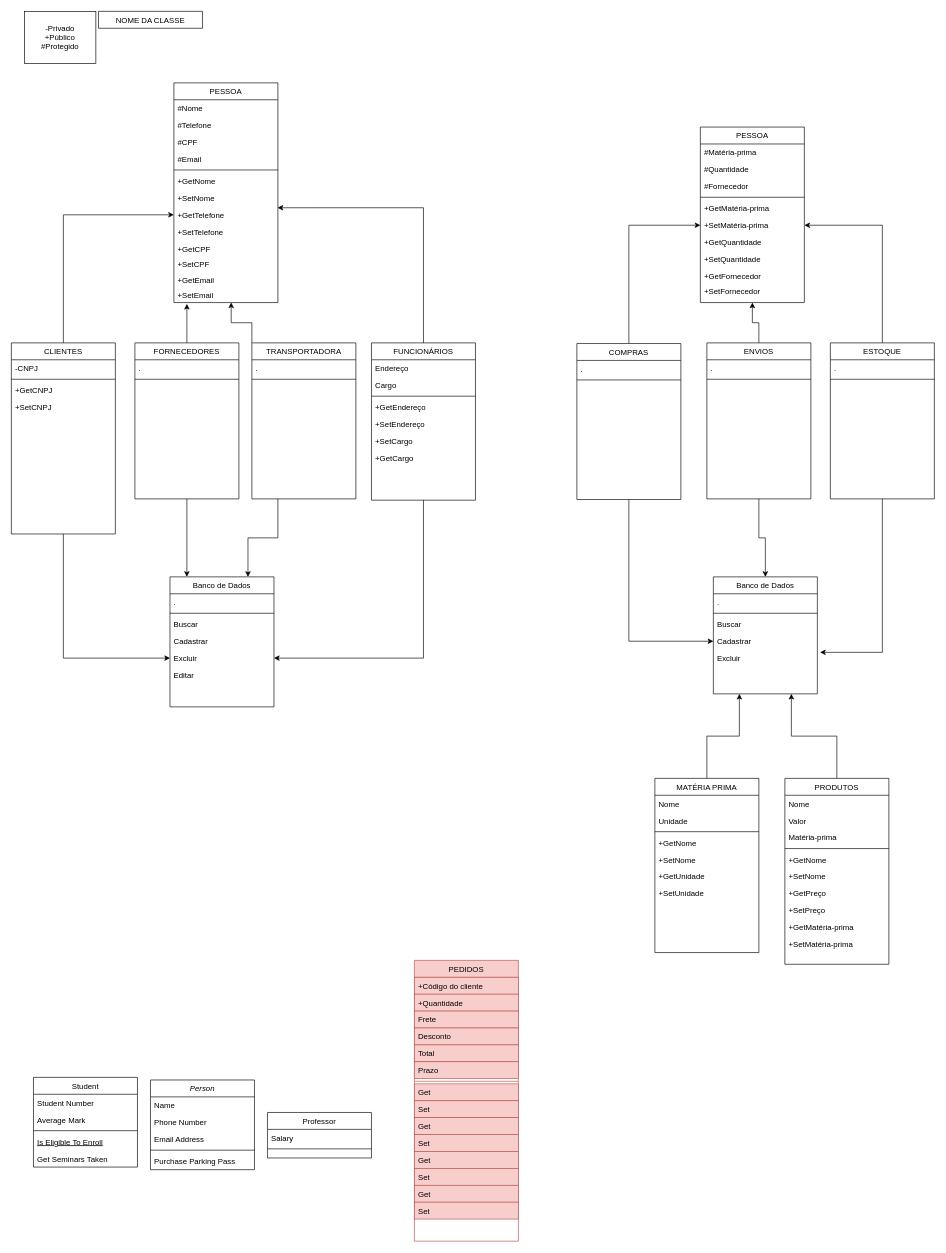
Above: doc/classe.drawio in D3ise/fluxograma (draw.io), before the change. Source tidied: cells renumbered, new cells numbered last; positions are measured from the earlier drawing's top-left corner, leaving out a move shared by most shapes. Both pictures are drawn from the tidied source at 65%, with x=0, y=0 at pixel (11, 11).
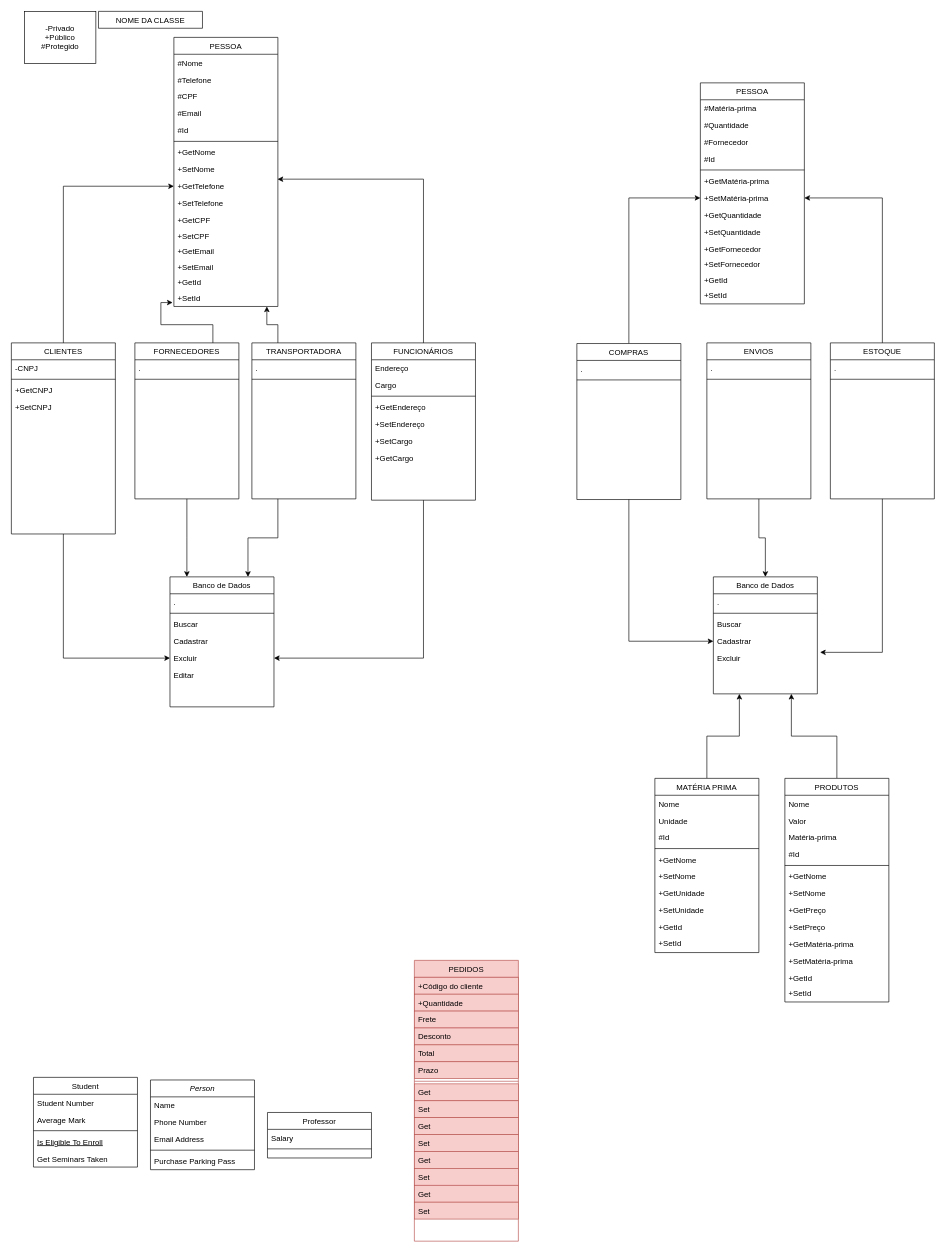
Above is the later version.

Unchanged cells that the change refers to:
```xml
<mxCell id="26" value="FORNECEDORES" style="swimlane;fontStyle=0;align=center;verticalAlign=top;horizontal=1;startSize=26;rounded=0;shadow=0;strokeWidth=1;" parent="1" vertex="1">
  <mxGeometry x="190" y="510" width="160" height="240" as="geometry" />
</mxCell>
<mxCell id="30" value="TRANSPORTADORA" style="swimlane;fontStyle=0;align=center;verticalAlign=top;horizontal=1;startSize=26;rounded=0;shadow=0;strokeWidth=1;" parent="1" vertex="1">
  <mxGeometry x="370" y="510" width="160" height="240" as="geometry" />
</mxCell>
<mxCell id="68" value="ENVIOS" style="swimlane;fontStyle=0;align=center;verticalAlign=top;horizontal=1;startSize=26;rounded=0;shadow=0;strokeWidth=1;" parent="1" vertex="1">
  <mxGeometry x="1070" y="510" width="160" height="240" as="geometry" />
</mxCell>
<mxCell id="77" value="MATÉRIA PRIMA" style="swimlane;fontStyle=0;align=center;verticalAlign=top;horizontal=1;startSize=26;rounded=0;shadow=0;strokeWidth=1;" parent="1" vertex="1">
  <mxGeometry x="990" y="1180" width="160" height="268" as="geometry" />
</mxCell>
```

Diff of the diagram source:
```diff
@@
-    <mxCell id="25" style="edgeStyle=orthogonalEdgeStyle;rounded=0;jettySize=auto;html=1;" parent="1" edge="1" source="26">
-      <mxGeometry relative="1" as="geometry">
-        <mxPoint x="270" y="450" as="targetPoint" />
-      </mxGeometry>
-    </mxCell>
@@
     <mxCell id="50" value="PRODUTOS" style="swimlane;fontStyle=0;align=center;verticalAlign=top;horizontal=1;startSize=26;rounded=0;shadow=0;strokeWidth=1;" parent="1" vertex="1">
-      <mxGeometry x="1190" y="1180" width="160" height="286" as="geometry" />
+      <mxGeometry x="1190" y="1180" width="160" height="344" as="geometry" />
     </mxCell>
@@
+    <mxCell id="136" value="#Id" style="text;align=left;verticalAlign=top;spacingLeft=4;spacingRight=4;overflow=hidden;rounded=0;shadow=0;html=0;" parent="50" vertex="1">
+      <mxGeometry y="104" width="160" height="26" as="geometry" />
+    </mxCell>
     <mxCell id="54" style="line;html=1;strokeWidth=1;align=left;verticalAlign=middle;spacingTop=-1;spacingLeft=3;spacingRight=3;labelPosition=right;" parent="50" vertex="1">
-      <mxGeometry y="104" width="160" height="8" as="geometry" />
+      <mxGeometry y="130" width="160" height="8" as="geometry" />
     </mxCell>
     <mxCell id="55" value="+GetNome&#10;" style="text;align=left;verticalAlign=top;spacingLeft=4;spacingRight=4;overflow=hidden;" parent="50" vertex="1">
-      <mxGeometry y="112" width="160" height="26" as="geometry" />
+      <mxGeometry y="138" width="160" height="26" as="geometry" />
     </mxCell>
     <mxCell id="56" value="+SetNome" style="text;align=left;verticalAlign=top;spacingLeft=4;spacingRight=4;overflow=hidden;" parent="50" vertex="1">
-      <mxGeometry y="138" width="160" height="26" as="geometry" />
+      <mxGeometry y="164" width="160" height="26" as="geometry" />
     </mxCell>
     <mxCell id="57" value="+GetPreço&#10;&#10;" style="text;align=left;verticalAlign=top;spacingLeft=4;spacingRight=4;overflow=hidden;" parent="50" vertex="1">
-      <mxGeometry y="164" width="160" height="26" as="geometry" />
+      <mxGeometry y="190" width="160" height="26" as="geometry" />
     </mxCell>
     <mxCell id="58" value="+SetPreço" style="text;align=left;verticalAlign=top;spacingLeft=4;spacingRight=4;overflow=hidden;" parent="50" vertex="1">
-      <mxGeometry y="190" width="160" height="26" as="geometry" />
+      <mxGeometry y="216" width="160" height="26" as="geometry" />
     </mxCell>
     <mxCell id="59" value="+GetMatéria-prima" style="text;align=left;verticalAlign=top;spacingLeft=4;spacingRight=4;overflow=hidden;" parent="50" vertex="1">
-      <mxGeometry y="216" width="160" height="26" as="geometry" />
+      <mxGeometry y="242" width="160" height="26" as="geometry" />
     </mxCell>
     <mxCell id="60" value="+SetMatéria-prima" style="text;align=left;verticalAlign=top;spacingLeft=4;spacingRight=4;overflow=hidden;" parent="50" vertex="1">
-      <mxGeometry y="242" width="160" height="26" as="geometry" />
+      <mxGeometry y="268" width="160" height="26" as="geometry" />
     </mxCell>
+    <mxCell id="137" value="+GetId&#10;&#10;" style="text;align=left;verticalAlign=top;spacingLeft=4;spacingRight=4;overflow=hidden;" parent="50" vertex="1">
+      <mxGeometry y="294" width="160" height="24" as="geometry" />
+    </mxCell>
+    <mxCell id="138" value="+SetId&#10;&#10;" style="text;align=left;verticalAlign=top;spacingLeft=4;spacingRight=4;overflow=hidden;" parent="50" vertex="1">
+      <mxGeometry y="318" width="160" height="26" as="geometry" />
+    </mxCell>
@@
-    <mxCell id="66" style="edgeStyle=orthogonalEdgeStyle;rounded=0;jettySize=auto;html=1;entryX=0.5;entryY=1;entryDx=0;entryDy=0;" parent="1" edge="1" source="68" target="118">
-      <mxGeometry relative="1" as="geometry" />
-    </mxCell>
@@
+    <mxCell id="139" value="#Id" style="text;align=left;verticalAlign=top;spacingLeft=4;spacingRight=4;overflow=hidden;rounded=0;shadow=0;html=0;" parent="77" vertex="1">
+      <mxGeometry y="78" width="160" height="26" as="geometry" />
+    </mxCell>
     <mxCell id="80" style="line;html=1;strokeWidth=1;align=left;verticalAlign=middle;spacingTop=-1;spacingLeft=3;spacingRight=3;labelPosition=right;" parent="77" vertex="1">
-      <mxGeometry y="78" width="160" height="8" as="geometry" />
+      <mxGeometry y="104" width="160" height="8" as="geometry" />
     </mxCell>
     <mxCell id="81" value="+GetNome&#10;&#10;" style="text;align=left;verticalAlign=top;spacingLeft=4;spacingRight=4;overflow=hidden;" parent="77" vertex="1">
-      <mxGeometry y="86" width="160" height="26" as="geometry" />
+      <mxGeometry y="112" width="160" height="26" as="geometry" />
     </mxCell>
     <mxCell id="82" value="+SetNome&#10;&#10;" style="text;align=left;verticalAlign=top;spacingLeft=4;spacingRight=4;overflow=hidden;" parent="77" vertex="1">
-      <mxGeometry y="112" width="160" height="26" as="geometry" />
+      <mxGeometry y="138" width="160" height="26" as="geometry" />
     </mxCell>
     <mxCell id="83" value="+GetUnidade&#10;&#10;" style="text;align=left;verticalAlign=top;spacingLeft=4;spacingRight=4;overflow=hidden;" parent="77" vertex="1">
-      <mxGeometry y="138" width="160" height="26" as="geometry" />
+      <mxGeometry y="164" width="160" height="26" as="geometry" />
     </mxCell>
     <mxCell id="84" value="+SetUnidade&#10;&#10;" style="text;align=left;verticalAlign=top;spacingLeft=4;spacingRight=4;overflow=hidden;" parent="77" vertex="1">
-      <mxGeometry y="164" width="160" height="26" as="geometry" />
+      <mxGeometry y="190" width="160" height="26" as="geometry" />
     </mxCell>
+    <mxCell id="140" value="+GetId&#10;&#10;" style="text;align=left;verticalAlign=top;spacingLeft=4;spacingRight=4;overflow=hidden;" parent="77" vertex="1">
+      <mxGeometry y="216" width="160" height="24" as="geometry" />
+    </mxCell>
+    <mxCell id="141" value="+SetId&#10;&#10;" style="text;align=left;verticalAlign=top;spacingLeft=4;spacingRight=4;overflow=hidden;" parent="77" vertex="1">
+      <mxGeometry y="240" width="160" height="26" as="geometry" />
+    </mxCell>
@@
     <mxCell id="86" value="PESSOA" style="swimlane;fontStyle=0;align=center;verticalAlign=top;horizontal=1;startSize=26;rounded=0;shadow=0;strokeWidth=1;" parent="1" vertex="1">
-      <mxGeometry x="250" y="110" width="160" height="338" as="geometry" />
+      <mxGeometry x="250" y="40" width="160" height="414" as="geometry" />
     </mxCell>
@@
+    <mxCell id="142" value="#Id" style="text;align=left;verticalAlign=top;spacingLeft=4;spacingRight=4;overflow=hidden;rounded=0;shadow=0;html=0;" parent="86" vertex="1">
+      <mxGeometry y="130" width="160" height="26" as="geometry" />
+    </mxCell>
     <mxCell id="91" style="line;html=1;strokeWidth=1;align=left;verticalAlign=middle;spacingTop=-1;spacingLeft=3;spacingRight=3;labelPosition=right;" parent="86" vertex="1">
-      <mxGeometry y="130" width="160" height="8" as="geometry" />
+      <mxGeometry y="156" width="160" height="8" as="geometry" />
     </mxCell>
     <mxCell id="92" value="+GetNome" style="text;align=left;verticalAlign=top;spacingLeft=4;spacingRight=4;overflow=hidden;" parent="86" vertex="1">
-      <mxGeometry y="138" width="160" height="26" as="geometry" />
+      <mxGeometry y="164" width="160" height="26" as="geometry" />
     </mxCell>
     <mxCell id="93" value="+SetNome&#10;&#10;" style="text;align=left;verticalAlign=top;spacingLeft=4;spacingRight=4;overflow=hidden;" parent="86" vertex="1">
-      <mxGeometry y="164" width="160" height="26" as="geometry" />
+      <mxGeometry y="190" width="160" height="26" as="geometry" />
     </mxCell>
     <mxCell id="94" value="+GetTelefone&#10;&#10;" style="text;align=left;verticalAlign=top;spacingLeft=4;spacingRight=4;overflow=hidden;points=[[0,0.5],[1,0.5]];portConstraint=eastwest;" parent="86" vertex="1">
-      <mxGeometry y="190" width="160" height="26" as="geometry" />
+      <mxGeometry y="216" width="160" height="26" as="geometry" />
     </mxCell>
     <mxCell id="95" value="+SetTelefone&#10;&#10;" style="text;align=left;verticalAlign=top;spacingLeft=4;spacingRight=4;overflow=hidden;" parent="86" vertex="1">
-      <mxGeometry y="216" width="160" height="26" as="geometry" />
+      <mxGeometry y="242" width="160" height="26" as="geometry" />
     </mxCell>
     <mxCell id="96" value="+GetCPF&#10;&#10;" style="text;align=left;verticalAlign=top;spacingLeft=4;spacingRight=4;overflow=hidden;" parent="86" vertex="1">
-      <mxGeometry y="242" width="160" height="24" as="geometry" />
+      <mxGeometry y="268" width="160" height="24" as="geometry" />
     </mxCell>
     <mxCell id="97" value="+SetCPF&#10;&#10;" style="text;align=left;verticalAlign=top;spacingLeft=4;spacingRight=4;overflow=hidden;" parent="86" vertex="1">
-      <mxGeometry y="266" width="160" height="24" as="geometry" />
+      <mxGeometry y="292" width="160" height="24" as="geometry" />
     </mxCell>
     <mxCell id="98" value="+GetEmail&#10;&#10;" style="text;align=left;verticalAlign=top;spacingLeft=4;spacingRight=4;overflow=hidden;" parent="86" vertex="1">
-      <mxGeometry y="290" width="160" height="24" as="geometry" />
+      <mxGeometry y="316" width="160" height="24" as="geometry" />
     </mxCell>
     <mxCell id="99" value="+SetEmail&#10;&#10;" style="text;align=left;verticalAlign=top;spacingLeft=4;spacingRight=4;overflow=hidden;points=[[0,0.5],[1,0.5]];portConstraint=eastwest;" parent="86" vertex="1">
-      <mxGeometry y="314" width="160" height="24" as="geometry" />
+      <mxGeometry y="340" width="160" height="24" as="geometry" />
     </mxCell>
+    <mxCell id="143" value="+GetId&#10;&#10;" style="text;align=left;verticalAlign=top;spacingLeft=4;spacingRight=4;overflow=hidden;" parent="86" vertex="1">
+      <mxGeometry y="364" width="160" height="24" as="geometry" />
+    </mxCell>
+    <mxCell id="144" value="+SetId&#10;&#10;" style="text;align=left;verticalAlign=top;spacingLeft=4;spacingRight=4;overflow=hidden;points=[[0,0.5],[1,0.5]];portConstraint=eastwest;" parent="86" vertex="1">
+      <mxGeometry y="388" width="160" height="26" as="geometry" />
+    </mxCell>
@@
-    <mxCell id="116" style="edgeStyle=orthogonalEdgeStyle;rounded=0;jettySize=auto;html=1;exitX=0;exitY=0;exitDx=0;exitDy=0;entryX=0.551;entryY=0.994;entryDx=0;entryDy=0;entryPerimeter=0;" parent="1" edge="1" source="30" target="99">
-      <mxGeometry relative="1" as="geometry" />
-    </mxCell>
@@
     <mxCell id="118" value="PESSOA" style="swimlane;fontStyle=0;align=center;verticalAlign=top;horizontal=1;startSize=26;rounded=0;shadow=0;strokeWidth=1;" parent="1" vertex="1">
-      <mxGeometry x="1060" y="178" width="160" height="270" as="geometry" />
+      <mxGeometry x="1060" y="110" width="160" height="340" as="geometry" />
     </mxCell>
@@
+    <mxCell id="145" value="#Id" style="text;align=left;verticalAlign=top;spacingLeft=4;spacingRight=4;overflow=hidden;rounded=0;shadow=0;html=0;" parent="118" vertex="1">
+      <mxGeometry y="104" width="160" height="26" as="geometry" />
+    </mxCell>
     <mxCell id="122" style="line;html=1;strokeWidth=1;align=left;verticalAlign=middle;spacingTop=-1;spacingLeft=3;spacingRight=3;labelPosition=right;" parent="118" vertex="1">
-      <mxGeometry y="104" width="160" height="8" as="geometry" />
+      <mxGeometry y="130" width="160" height="8" as="geometry" />
     </mxCell>
     <mxCell id="123" value="+GetMatéria-prima" style="text;align=left;verticalAlign=top;spacingLeft=4;spacingRight=4;overflow=hidden;" parent="118" vertex="1">
-      <mxGeometry y="112" width="160" height="26" as="geometry" />
+      <mxGeometry y="138" width="160" height="26" as="geometry" />
     </mxCell>
     <mxCell id="124" value="+SetMatéria-prima&#10;&#10;" style="text;align=left;verticalAlign=top;spacingLeft=4;spacingRight=4;overflow=hidden;points=[[0,0.5],[1,0.5]];portConstraint=eastwest;" parent="118" vertex="1">
-      <mxGeometry y="138" width="160" height="26" as="geometry" />
+      <mxGeometry y="164" width="160" height="26" as="geometry" />
     </mxCell>
     <mxCell id="125" value="+GetQuantidade&#10;&#10;" style="text;align=left;verticalAlign=top;spacingLeft=4;spacingRight=4;overflow=hidden;" parent="118" vertex="1">
-      <mxGeometry y="164" width="160" height="26" as="geometry" />
+      <mxGeometry y="190" width="160" height="26" as="geometry" />
     </mxCell>
     <mxCell id="126" value="+SetQuantidade&#10;&#10;" style="text;align=left;verticalAlign=top;spacingLeft=4;spacingRight=4;overflow=hidden;" parent="118" vertex="1">
-      <mxGeometry y="190" width="160" height="26" as="geometry" />
+      <mxGeometry y="216" width="160" height="26" as="geometry" />
     </mxCell>
     <mxCell id="127" value="+GetFornecedor&#10;&#10;" style="text;align=left;verticalAlign=top;spacingLeft=4;spacingRight=4;overflow=hidden;" parent="118" vertex="1">
-      <mxGeometry y="216" width="160" height="24" as="geometry" />
+      <mxGeometry y="242" width="160" height="24" as="geometry" />
     </mxCell>
     <mxCell id="128" value="+SetFornecedor&#10;&#10;" style="text;align=left;verticalAlign=top;spacingLeft=4;spacingRight=4;overflow=hidden;" parent="118" vertex="1">
-      <mxGeometry y="240" width="160" height="24" as="geometry" />
+      <mxGeometry y="266" width="160" height="24" as="geometry" />
     </mxCell>
+    <mxCell id="146" value="+GetId&#10;&#10;" style="text;align=left;verticalAlign=top;spacingLeft=4;spacingRight=4;overflow=hidden;" parent="118" vertex="1">
+      <mxGeometry y="290" width="160" height="24" as="geometry" />
+    </mxCell>
+    <mxCell id="147" value="+SetId&#10;&#10;" style="text;align=left;verticalAlign=top;spacingLeft=4;spacingRight=4;overflow=hidden;" parent="118" vertex="1">
+      <mxGeometry y="314" width="160" height="26" as="geometry" />
+    </mxCell>
@@
+    <mxCell id="148" style="edgeStyle=orthogonalEdgeStyle;rounded=0;jettySize=auto;html=1;exitX=0.75;exitY=0;exitDx=0;exitDy=0;entryX=-0.012;entryY=0.769;entryDx=0;entryDy=0;entryPerimeter=0;" parent="1" edge="1" source="26" target="144">
+      <mxGeometry relative="1" as="geometry" />
+    </mxCell>
+    <mxCell id="149" style="edgeStyle=orthogonalEdgeStyle;rounded=0;jettySize=auto;html=1;exitX=0.25;exitY=0;exitDx=0;exitDy=0;entryX=0.894;entryY=1;entryDx=0;entryDy=0;entryPerimeter=0;" parent="1" edge="1" source="30" target="144">
+      <mxGeometry relative="1" as="geometry" />
+    </mxCell>
```
